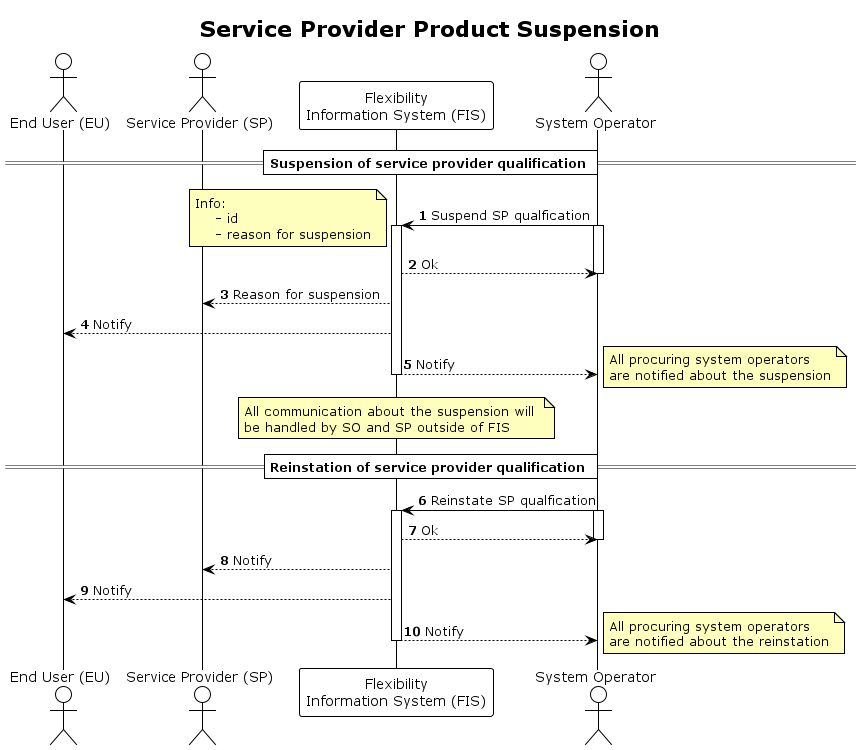
Above: docs/diagrams/service_provider_product_suspension.png in elhub/flex-information-system (PlantUML), before the change.
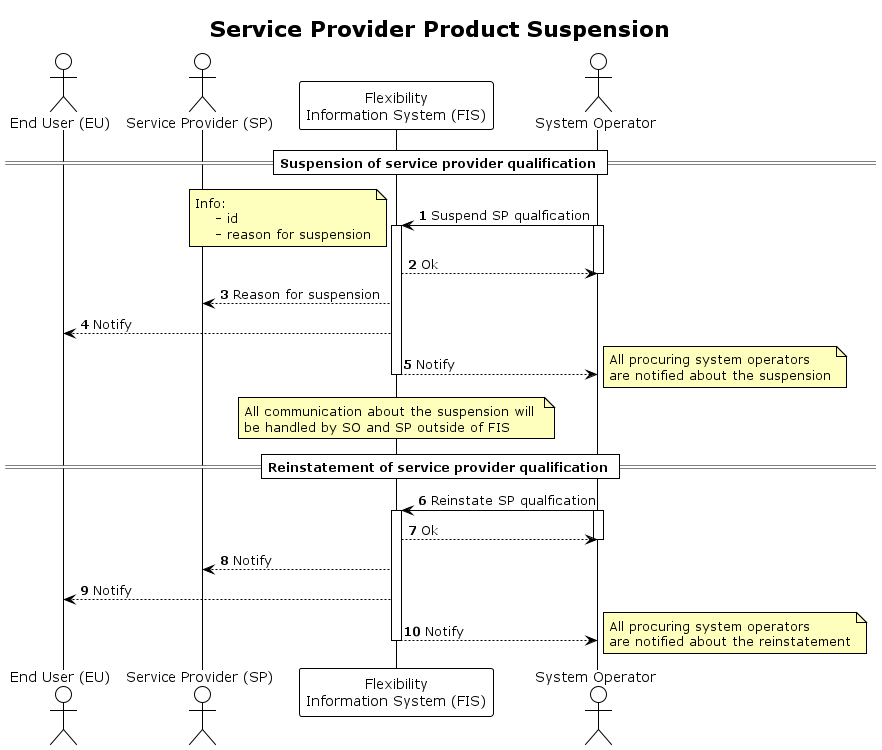
The same diagram one commit later.

Diff of the diagram source:
```diff
@@ -47,7 +47,7 @@
     be handled by SO and SP outside of FIS
 end note
 
-== Reinstation of service provider qualification ==
+== Reinstatement of service provider qualification ==
 SO -> FIS: Reinstate SP qualfication
 activate SO
 
@@ -62,7 +62,7 @@
 
 note right
     All procuring system operators
-    are notified about the reinstation
+    are notified about the reinstatement
 end note
 
 deactivate FIS
```
